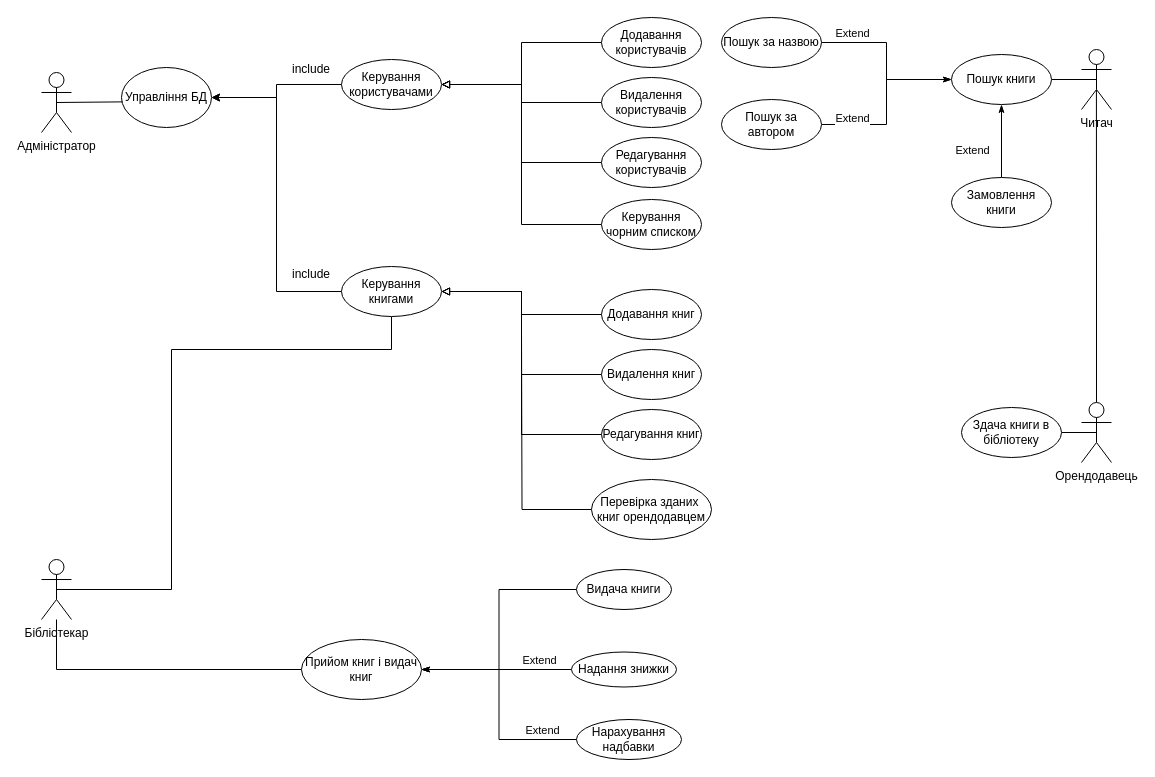
Above: use_case.drawio in mmeerrccyy/tcpp_library_project (draw.io), before the change. Source tidied: cells renumbered, new cells numbered last; positions are measured from the earlier drawing's top-left corner, leaving out a move shared by most shapes. Both pictures are drawn from the tidied source at 100%, with x=0, y=0 at pixel (41, 17).
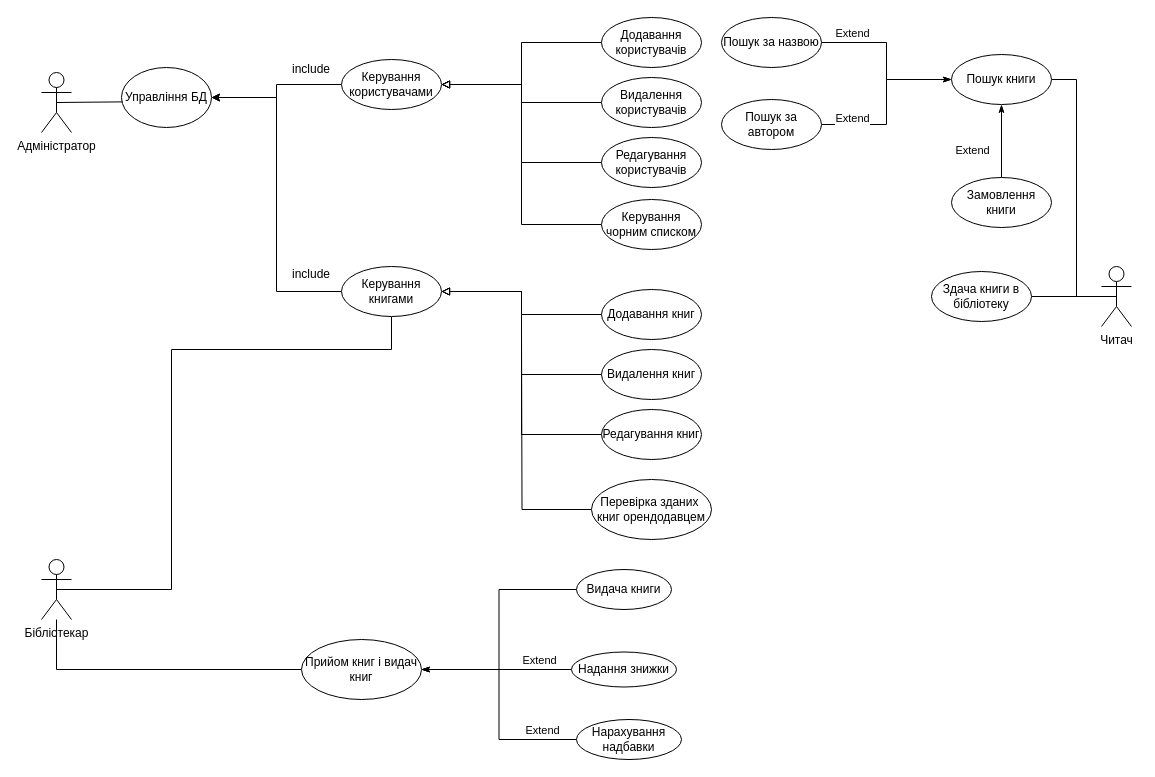
The same page after the edit.

What changed in the source:
```diff
@@
     <mxCell id="6" value="Читач&lt;br&gt;" style="shape=umlActor;verticalLabelPosition=bottom;verticalAlign=top;html=1;" parent="1" vertex="1">
-      <mxGeometry x="1040" y="32" width="30" height="60" as="geometry" />
+      <mxGeometry x="1060" y="249" width="30" height="60" as="geometry" />
     </mxCell>
-    <mxCell id="7" style="edgeStyle=orthogonalEdgeStyle;rounded=0;sketch=0;jettySize=auto;html=1;endArrow=none;endFill=0;strokeColor=#000000;entryX=0.497;entryY=0.674;entryDx=0;entryDy=0;entryPerimeter=0;" parent="1" edge="1" source="9" target="6">
-      <mxGeometry relative="1" as="geometry" />
-    </mxCell>
-    <mxCell id="8" style="edgeStyle=orthogonalEdgeStyle;rounded=0;sketch=0;jettySize=auto;html=1;exitX=0.5;exitY=0.5;exitDx=0;exitDy=0;exitPerimeter=0;entryX=1;entryY=0.5;entryDx=0;entryDy=0;endArrow=none;endFill=0;strokeColor=#000000;" parent="1" edge="1" source="9" target="54">
-      <mxGeometry relative="1" as="geometry" />
-    </mxCell>
-    <mxCell id="9" value="Орендодавець" style="shape=umlActor;verticalLabelPosition=bottom;verticalAlign=top;html=1;" parent="1" vertex="1">
-      <mxGeometry x="1040" y="385" width="30" height="60" as="geometry" />
-    </mxCell>
@@
+    <mxCell id="55" style="edgeStyle=orthogonalEdgeStyle;rounded=0;jettySize=auto;html=1;entryX=0.5;entryY=0.5;entryDx=0;entryDy=0;entryPerimeter=0;endArrow=none;endFill=0;" parent="1" edge="1" source="54" target="6">
+      <mxGeometry relative="1" as="geometry" />
+    </mxCell>
     <mxCell id="54" value="Здача книги в бібліотеку" style="ellipse;whiteSpace=wrap;html=1;" parent="1" vertex="1">
-      <mxGeometry x="920" y="390" width="100" height="50" as="geometry" />
+      <mxGeometry x="890" y="254" width="100" height="50" as="geometry" />
     </mxCell>
```
